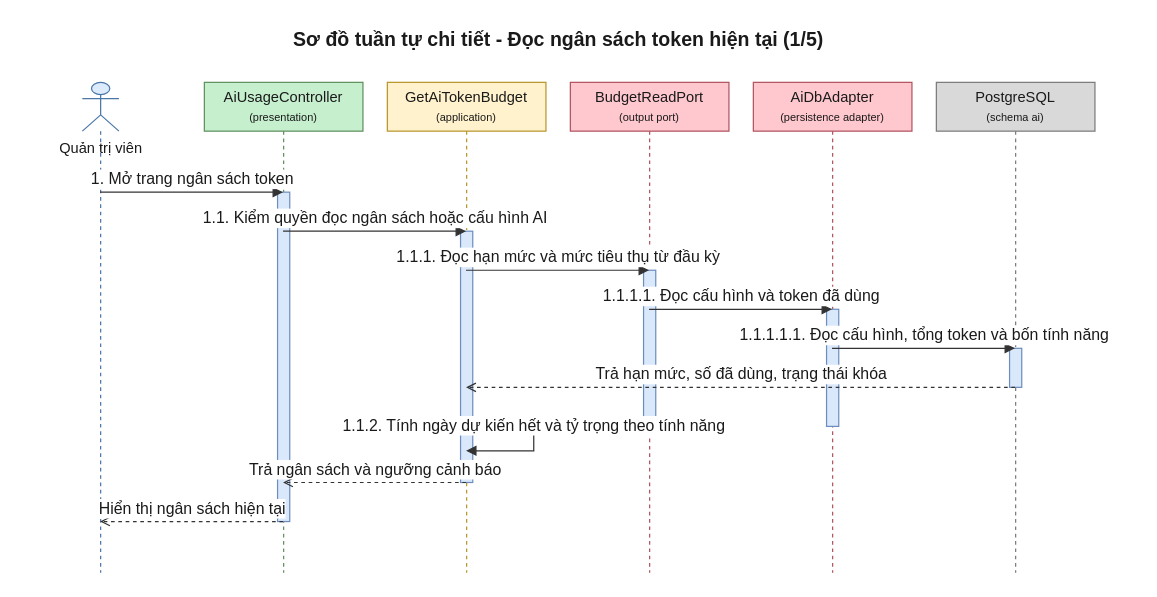
This is 08-diagram/sequence/admin/sequence_admin_dat_ngan_sach_token_p1.drawio from daiphu1801/PRJ_ALGOPREP, a draw.io file, before an edit. Source tidied: cells renumbered, new cells numbered last; positions are measured from the earlier drawing's top-left corner, leaving out a move shared by most shapes. Both pictures are drawn from the tidied source at 122%, with x=0, y=0 at pixel (21, 21).
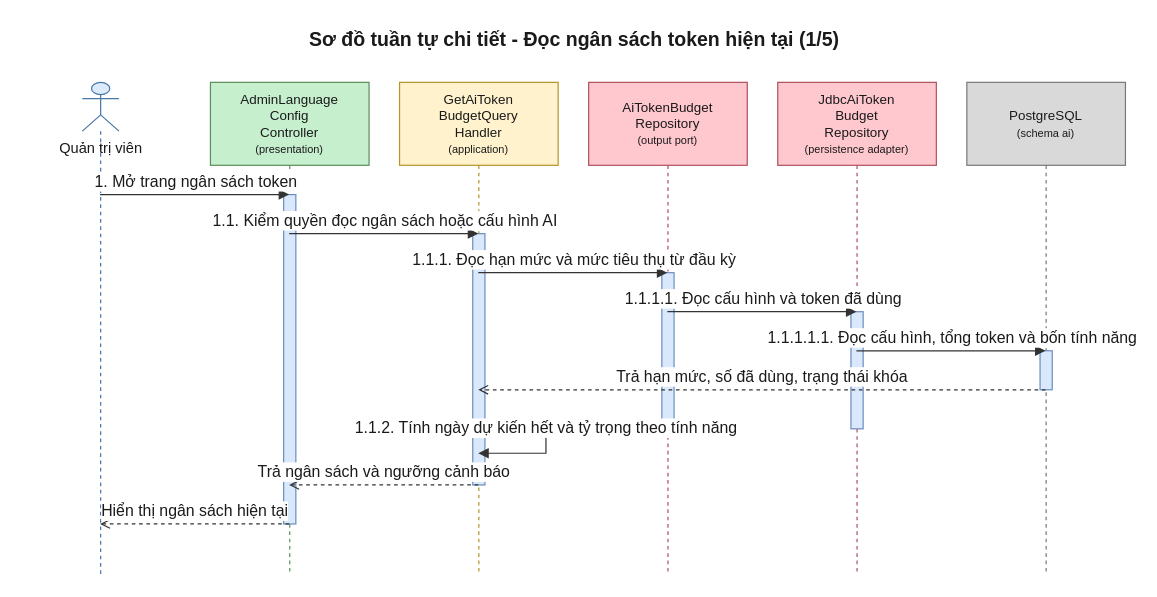
The same page after the edit.

Diff of the diagram source:
```diff
@@
     <mxCell id="2" value="Sơ đồ tuần tự chi tiết - Đọc ngân sách token hiện tại (1/5)" style="text;html=1;fontSize=16;fontStyle=1;align=center;verticalAlign=middle;fontColor=#1A1A1A;" parent="1" vertex="1">
-      <mxGeometry width="880" height="30" as="geometry" />
+      <mxGeometry width="905" height="30" as="geometry" />
     </mxCell>
     <mxCell id="3" value="Quản trị viên" style="shape=umlLifeline;participant=umlActor;perimeter=lifelinePerimeter;html=1;outlineConnect=0;size=40;verticalAlign=top;spacingTop=40;fillColor=#DCEBFC;strokeColor=#4A76A8;fontColor=#1A1A1A;" parent="1" vertex="1">
-      <mxGeometry x="50" y="50" width="30" height="402" as="geometry" />
+      <mxGeometry x="50" y="50" width="30" height="404" as="geometry" />
     </mxCell>
-    <mxCell id="4" value="AiUsageController&lt;br&gt;&lt;font style=&quot;font-size:9px&quot;&gt;(presentation)&lt;/font&gt;" style="shape=umlLifeline;perimeter=lifelinePerimeter;whiteSpace=wrap;html=1;outlineConnect=0;size=40;fillColor=#C6EFCE;strokeColor=#5E8E5E;fontColor=#1A1A1A;" parent="1" vertex="1">
-      <mxGeometry x="150" y="50" width="130" height="402" as="geometry" />
+    <mxCell id="4" value="AdminLanguage&lt;br&gt;Config&lt;br&gt;Controller&lt;br&gt;&lt;font style=&quot;font-size:9px&quot;&gt;(presentation)&lt;/font&gt;" style="shape=umlLifeline;perimeter=lifelinePerimeter;whiteSpace=wrap;html=1;outlineConnect=0;size=68;fontSize=11;fillColor=#C6EFCE;strokeColor=#5E8E5E;fontColor=#1A1A1A;" parent="1" vertex="1">
+      <mxGeometry x="155" y="50" width="130" height="404" as="geometry" />
     </mxCell>
-    <mxCell id="5" value="GetAiTokenBudget&lt;br&gt;&lt;font style=&quot;font-size:9px&quot;&gt;(application)&lt;/font&gt;" style="shape=umlLifeline;perimeter=lifelinePerimeter;whiteSpace=wrap;html=1;outlineConnect=0;size=40;fillColor=#FFF2CC;strokeColor=#B8952A;fontColor=#1A1A1A;" parent="1" vertex="1">
-      <mxGeometry x="300" y="50" width="130" height="402" as="geometry" />
+    <mxCell id="5" value="GetAiToken&lt;br&gt;BudgetQuery&lt;br&gt;Handler&lt;br&gt;&lt;font style=&quot;font-size:9px&quot;&gt;(application)&lt;/font&gt;" style="shape=umlLifeline;perimeter=lifelinePerimeter;whiteSpace=wrap;html=1;outlineConnect=0;size=68;fontSize=11;fillColor=#FFF2CC;strokeColor=#B8952A;fontColor=#1A1A1A;" parent="1" vertex="1">
+      <mxGeometry x="310" y="50" width="130" height="404" as="geometry" />
     </mxCell>
-    <mxCell id="6" value="BudgetReadPort&lt;br&gt;&lt;font style=&quot;font-size:9px&quot;&gt;(output port)&lt;/font&gt;" style="shape=umlLifeline;perimeter=lifelinePerimeter;whiteSpace=wrap;html=1;outlineConnect=0;size=40;fillColor=#FFC7CE;strokeColor=#B0525E;fontColor=#1A1A1A;" parent="1" vertex="1">
-      <mxGeometry x="450" y="50" width="130" height="402" as="geometry" />
+    <mxCell id="6" value="AiTokenBudget&lt;br&gt;Repository&lt;br&gt;&lt;font style=&quot;font-size:9px&quot;&gt;(output port)&lt;/font&gt;" style="shape=umlLifeline;perimeter=lifelinePerimeter;whiteSpace=wrap;html=1;outlineConnect=0;size=68;fontSize=11;fillColor=#FFC7CE;strokeColor=#B0525E;fontColor=#1A1A1A;" parent="1" vertex="1">
+      <mxGeometry x="465" y="50" width="130" height="404" as="geometry" />
     </mxCell>
-    <mxCell id="7" value="AiDbAdapter&lt;br&gt;&lt;font style=&quot;font-size:9px&quot;&gt;(persistence adapter)&lt;/font&gt;" style="shape=umlLifeline;perimeter=lifelinePerimeter;whiteSpace=wrap;html=1;outlineConnect=0;size=40;fillColor=#FFC7CE;strokeColor=#B0525E;fontColor=#1A1A1A;" parent="1" vertex="1">
-      <mxGeometry x="600" y="50" width="130" height="402" as="geometry" />
+    <mxCell id="7" value="JdbcAiToken&lt;br&gt;Budget&lt;br&gt;Repository&lt;br&gt;&lt;font style=&quot;font-size:9px&quot;&gt;(persistence adapter)&lt;/font&gt;" style="shape=umlLifeline;perimeter=lifelinePerimeter;whiteSpace=wrap;html=1;outlineConnect=0;size=68;fontSize=11;fillColor=#FFC7CE;strokeColor=#B0525E;fontColor=#1A1A1A;" parent="1" vertex="1">
+      <mxGeometry x="620" y="50" width="130" height="404" as="geometry" />
     </mxCell>
-    <mxCell id="8" value="PostgreSQL&lt;br&gt;&lt;font style=&quot;font-size:9px&quot;&gt;(schema ai)&lt;/font&gt;" style="shape=umlLifeline;perimeter=lifelinePerimeter;whiteSpace=wrap;html=1;outlineConnect=0;size=40;fillColor=#D9D9D9;strokeColor=#7A7A7A;fontColor=#1A1A1A;" parent="1" vertex="1">
-      <mxGeometry x="750" y="50" width="130" height="402" as="geometry" />
+    <mxCell id="8" value="PostgreSQL&lt;br&gt;&lt;font style=&quot;font-size:9px&quot;&gt;(schema ai)&lt;/font&gt;" style="shape=umlLifeline;perimeter=lifelinePerimeter;whiteSpace=wrap;html=1;outlineConnect=0;size=68;fontSize=11;fillColor=#D9D9D9;strokeColor=#7A7A7A;fontColor=#1A1A1A;" parent="1" vertex="1">
+      <mxGeometry x="775" y="50" width="130" height="404" as="geometry" />
     </mxCell>
     <mxCell id="9" style="html=1;perimeter=orthogonalPerimeter;targetShapes=umlLifeline;fillColor=#DAE8FC;strokeColor=#6C8EBF;" parent="8" vertex="1">
-      <mxGeometry x="60" y="218" width="10" height="32" as="geometry" />
+      <mxGeometry x="60" y="220" width="10" height="32" as="geometry" />
     </mxCell>
     <mxCell id="10" style="html=1;perimeter=orthogonalPerimeter;targetShapes=umlLifeline;fillColor=#DAE8FC;strokeColor=#6C8EBF;" parent="7" vertex="1">
-      <mxGeometry x="60" y="186" width="10" height="96" as="geometry" />
+      <mxGeometry x="60" y="188" width="10" height="96" as="geometry" />
     </mxCell>
     <mxCell id="11" style="html=1;perimeter=orthogonalPerimeter;targetShapes=umlLifeline;fillColor=#DAE8FC;strokeColor=#6C8EBF;" parent="6" vertex="1">
-      <mxGeometry x="60" y="154" width="10" height="128" as="geometry" />
+      <mxGeometry x="60" y="156" width="10" height="128" as="geometry" />
     </mxCell>
     <mxCell id="12" style="html=1;perimeter=orthogonalPerimeter;targetShapes=umlLifeline;fillColor=#DAE8FC;strokeColor=#6C8EBF;" parent="5" vertex="1">
-      <mxGeometry x="60" y="122" width="10" height="206" as="geometry" />
+      <mxGeometry x="60" y="124" width="10" height="206" as="geometry" />
     </mxCell>
     <mxCell id="13" style="html=1;perimeter=orthogonalPerimeter;targetShapes=umlLifeline;fillColor=#DAE8FC;strokeColor=#6C8EBF;" parent="4" vertex="1">
-      <mxGeometry x="60" y="90" width="10" height="270" as="geometry" />
+      <mxGeometry x="60" y="92" width="10" height="270" as="geometry" />
     </mxCell>
-    <mxCell id="14" value="1. Mở trang ngân sách token" style="edgeStyle=none;html=1;endArrow=block;endFill=1;strokeColor=#333333;fontColor=#1A1A1A;fontSize=13;verticalAlign=bottom;exitX=0.5;exitY=0.2239;exitDx=0;exitDy=0;entryX=0.5;entryY=0.2239;entryDx=0;entryDy=0;" parent="1" edge="1" source="3" target="4">
+    <mxCell id="14" value="1. Mở trang ngân sách token" style="edgeStyle=none;html=1;endArrow=block;endFill=1;strokeColor=#333333;fontColor=#1A1A1A;fontSize=13;verticalAlign=bottom;exitX=0.5;exitY=0.2277;exitDx=0;exitDy=0;entryX=0.5;entryY=0.2277;entryDx=0;entryDy=0;" parent="1" edge="1" source="3" target="4">
       <mxGeometry relative="1" as="geometry" />
     </mxCell>
-    <mxCell id="15" value="1.1. Kiểm quyền đọc ngân sách hoặc cấu hình AI" style="edgeStyle=none;html=1;endArrow=block;endFill=1;strokeColor=#333333;fontColor=#1A1A1A;fontSize=13;verticalAlign=bottom;exitX=0.5;exitY=0.3035;exitDx=0;exitDy=0;entryX=0.5;entryY=0.3035;entryDx=0;entryDy=0;" parent="1" edge="1" source="4" target="5">
+    <mxCell id="15" value="1.1. Kiểm quyền đọc ngân sách hoặc cấu hình AI" style="edgeStyle=none;html=1;endArrow=block;endFill=1;strokeColor=#333333;fontColor=#1A1A1A;fontSize=13;verticalAlign=bottom;exitX=0.5;exitY=0.3069;exitDx=0;exitDy=0;entryX=0.5;entryY=0.3069;entryDx=0;entryDy=0;" parent="1" edge="1" source="4" target="5">
       <mxGeometry relative="1" as="geometry" />
     </mxCell>
-    <mxCell id="16" value="1.1.1. Đọc hạn mức và mức tiêu thụ từ đầu kỳ" style="edgeStyle=none;html=1;endArrow=block;endFill=1;strokeColor=#333333;fontColor=#1A1A1A;fontSize=13;verticalAlign=bottom;exitX=0.5;exitY=0.3831;exitDx=0;exitDy=0;entryX=0.5;entryY=0.3831;entryDx=0;entryDy=0;" parent="1" edge="1" source="5" target="6">
+    <mxCell id="16" value="1.1.1. Đọc hạn mức và mức tiêu thụ từ đầu kỳ" style="edgeStyle=none;html=1;endArrow=block;endFill=1;strokeColor=#333333;fontColor=#1A1A1A;fontSize=13;verticalAlign=bottom;exitX=0.5;exitY=0.3861;exitDx=0;exitDy=0;entryX=0.5;entryY=0.3861;entryDx=0;entryDy=0;" parent="1" edge="1" source="5" target="6">
       <mxGeometry relative="1" as="geometry" />
     </mxCell>
-    <mxCell id="17" value="1.1.1.1. Đọc cấu hình và token đã dùng" style="edgeStyle=none;html=1;endArrow=block;endFill=1;strokeColor=#333333;fontColor=#1A1A1A;fontSize=13;verticalAlign=bottom;exitX=0.5;exitY=0.4627;exitDx=0;exitDy=0;entryX=0.5;entryY=0.4627;entryDx=0;entryDy=0;" parent="1" edge="1" source="6" target="7">
+    <mxCell id="17" value="1.1.1.1. Đọc cấu hình và token đã dùng" style="edgeStyle=none;html=1;endArrow=block;endFill=1;strokeColor=#333333;fontColor=#1A1A1A;fontSize=13;verticalAlign=bottom;exitX=0.5;exitY=0.4653;exitDx=0;exitDy=0;entryX=0.5;entryY=0.4653;entryDx=0;entryDy=0;" parent="1" edge="1" source="6" target="7">
       <mxGeometry relative="1" as="geometry" />
     </mxCell>
-    <mxCell id="18" value="1.1.1.1.1. Đọc cấu hình, tổng token và bốn tính năng" style="edgeStyle=none;html=1;endArrow=block;endFill=1;strokeColor=#333333;fontColor=#1A1A1A;fontSize=13;verticalAlign=bottom;exitX=0.5;exitY=0.5423;exitDx=0;exitDy=0;entryX=0.5;entryY=0.5423;entryDx=0;entryDy=0;" parent="1" edge="1" source="7" target="8">
+    <mxCell id="18" value="1.1.1.1.1. Đọc cấu hình, tổng token và bốn tính năng" style="edgeStyle=none;html=1;endArrow=block;endFill=1;strokeColor=#333333;fontColor=#1A1A1A;fontSize=13;verticalAlign=bottom;exitX=0.5;exitY=0.5446;exitDx=0;exitDy=0;entryX=0.5;entryY=0.5446;entryDx=0;entryDy=0;" parent="1" edge="1" source="7" target="8">
       <mxGeometry relative="1" as="geometry" />
     </mxCell>
-    <mxCell id="19" value="Trả hạn mức, số đã dùng, trạng thái khóa" style="edgeStyle=none;html=1;endArrow=open;endFill=0;dashed=1;strokeColor=#333333;fontColor=#1A1A1A;fontSize=13;verticalAlign=bottom;exitX=0.5;exitY=0.6219;exitDx=0;exitDy=0;entryX=0.5;entryY=0.6219;entryDx=0;entryDy=0;" parent="1" edge="1" source="8" target="5">
+    <mxCell id="19" value="Trả hạn mức, số đã dùng, trạng thái khóa" style="edgeStyle=none;html=1;endArrow=open;endFill=0;dashed=1;strokeColor=#333333;fontColor=#1A1A1A;fontSize=13;verticalAlign=bottom;exitX=0.5;exitY=0.6238;exitDx=0;exitDy=0;entryX=0.5;entryY=0.6238;entryDx=0;entryDy=0;" parent="1" edge="1" source="8" target="5">
       <mxGeometry relative="1" as="geometry" />
     </mxCell>
-    <mxCell id="20" value="1.1.2. Tính ngày dự kiến hết và tỷ trọng theo tính năng" style="edgeStyle=orthogonalEdgeStyle;rounded=0;html=1;endArrow=block;endFill=1;strokeColor=#333333;fontColor=#1A1A1A;fontSize=13;verticalAlign=bottom;exitX=0.5;exitY=0.7015;exitDx=0;exitDy=0;entryX=0.5;entryY=0.7512;entryDx=0;entryDy=0;" parent="1" edge="1" source="5" target="5">
+    <mxCell id="20" value="1.1.2. Tính ngày dự kiến hết và tỷ trọng theo tính năng" style="edgeStyle=orthogonalEdgeStyle;rounded=0;html=1;endArrow=block;endFill=1;strokeColor=#333333;fontColor=#1A1A1A;fontSize=13;verticalAlign=bottom;exitX=0.5;exitY=0.7030;exitDx=0;exitDy=0;entryX=0.5;entryY=0.7525;entryDx=0;entryDy=0;" parent="1" edge="1" source="5" target="5">
       <mxGeometry relative="1" as="geometry">
         <Array as="points">
-          <mxPoint x="420" y="332" />
-          <mxPoint x="420" y="352" />
+          <mxPoint x="430" y="334" />
+          <mxPoint x="430" y="354" />
         </Array>
       </mxGeometry>
     </mxCell>
-    <mxCell id="21" value="Trả ngân sách và ngưỡng cảnh báo" style="edgeStyle=none;html=1;endArrow=open;endFill=0;dashed=1;strokeColor=#333333;fontColor=#1A1A1A;fontSize=13;verticalAlign=bottom;exitX=0.5;exitY=0.8159;exitDx=0;exitDy=0;entryX=0.5;entryY=0.8159;entryDx=0;entryDy=0;" parent="1" edge="1" source="5" target="4">
+    <mxCell id="21" value="Trả ngân sách và ngưỡng cảnh báo" style="edgeStyle=none;html=1;endArrow=open;endFill=0;dashed=1;strokeColor=#333333;fontColor=#1A1A1A;fontSize=13;verticalAlign=bottom;exitX=0.5;exitY=0.8168;exitDx=0;exitDy=0;entryX=0.5;entryY=0.8168;entryDx=0;entryDy=0;" parent="1" edge="1" source="5" target="4">
       <mxGeometry relative="1" as="geometry" />
     </mxCell>
-    <mxCell id="22" value="Hiển thị ngân sách hiện tại" style="edgeStyle=none;html=1;endArrow=open;endFill=0;dashed=1;strokeColor=#333333;fontColor=#1A1A1A;fontSize=13;verticalAlign=bottom;exitX=0.5;exitY=0.8955;exitDx=0;exitDy=0;entryX=0.5;entryY=0.8955;entryDx=0;entryDy=0;" parent="1" edge="1" source="4" target="3">
+    <mxCell id="22" value="Hiển thị ngân sách hiện tại" style="edgeStyle=none;html=1;endArrow=open;endFill=0;dashed=1;strokeColor=#333333;fontColor=#1A1A1A;fontSize=13;verticalAlign=bottom;exitX=0.5;exitY=0.8960;exitDx=0;exitDy=0;entryX=0.5;entryY=0.8960;entryDx=0;entryDy=0;" parent="1" edge="1" source="4" target="3">
       <mxGeometry relative="1" as="geometry" />
     </mxCell>
```
